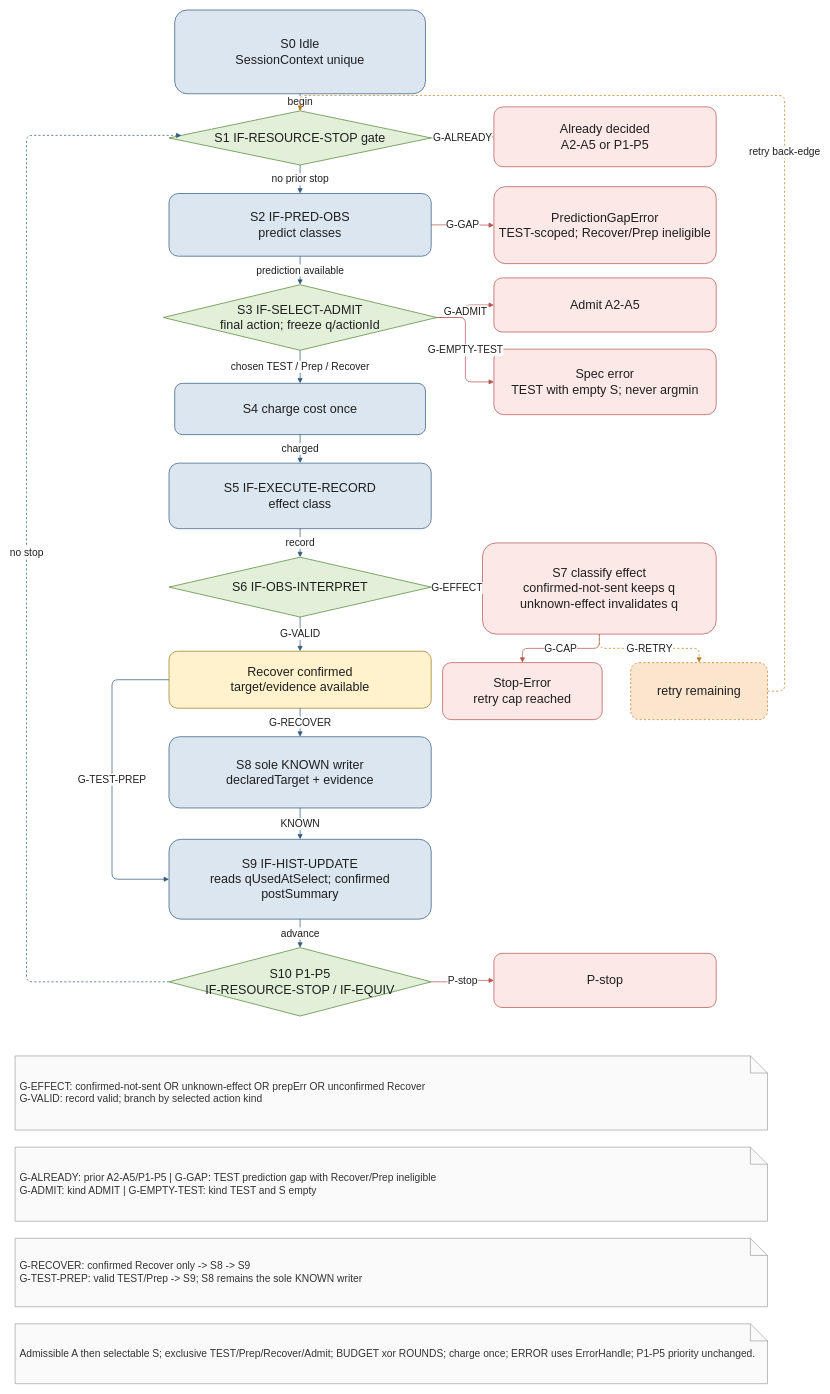
This is docs/research/publication/models/drawio/FIG-CL-TAV-05-closed-loop-activity.drawio from ZhangChi0727/arinc-615a-conformance, a draw.io file, before an edit. Source tidied: cells renumbered, new cells numbered last; positions are measured from the earlier drawing's top-left corner, leaving out a move shared by most shapes. Both pictures are drawn from the tidied source at 57%, with x=0, y=0 at pixel (15, 10).
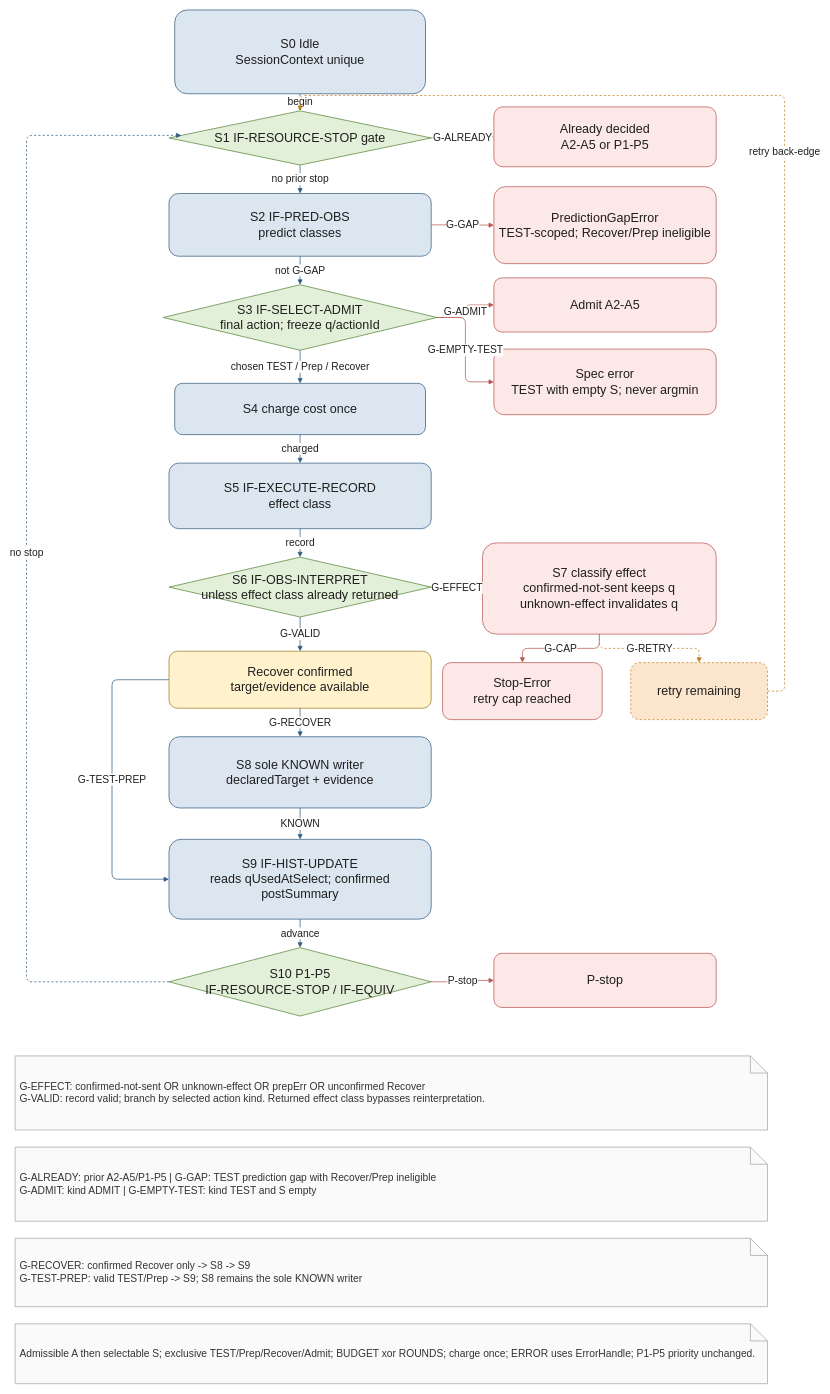
After the change.

The change refers to these unchanged cells:
```xml
<mxCell id="5" value="S2 IF-PRED-OBS&lt;br&gt;predict classes" style="rounded=1;whiteSpace=wrap;html=1;fillColor=#DCE6F1;strokeColor=#315A7D;strokeWidth=1.25;fontFamily=Helvetica;fontSize=22;fontColor=#1F1F1F;align=center;verticalAlign=middle;spacing=6;shadow=0;glass=0;gradientColor=none;" parent="1" vertex="1">
  <mxGeometry x="270" y="322" width="460" height="110" as="geometry" />
</mxCell>
<mxCell id="7" value="S3 IF-SELECT-ADMIT&lt;br&gt;final action; freeze q/actionId" style="rhombus;whiteSpace=wrap;html=1;fillColor=#E2F0D9;strokeColor=#548235;strokeWidth=1.25;fontFamily=Helvetica;fontSize=22;fontColor=#1F1F1F;align=center;verticalAlign=middle;spacing=6;shadow=0;glass=0;gradientColor=none;" parent="1" vertex="1">
  <mxGeometry x="260" y="482" width="480" height="115" as="geometry" />
</mxCell>
```

Diff of the diagram source:
```diff
@@
-    <mxCell id="12" value="S6 IF-OBS-INTERPRET" style="rhombus;whiteSpace=wrap;html=1;fillColor=#E2F0D9;strokeColor=#548235;strokeWidth=1.25;fontFamily=Helvetica;fontSize=22;fontColor=#1F1F1F;align=center;verticalAlign=middle;spacing=6;shadow=0;glass=0;gradientColor=none;" parent="1" vertex="1">
+    <mxCell id="12" value="S6 IF-OBS-INTERPRET&lt;br&gt;unless effect class already returned" style="rhombus;whiteSpace=wrap;html=1;fillColor=#E2F0D9;strokeColor=#548235;strokeWidth=1.25;fontFamily=Helvetica;fontSize=22;fontColor=#1F1F1F;align=center;verticalAlign=middle;spacing=6;shadow=0;glass=0;gradientColor=none;" parent="1" vertex="1">
       <mxGeometry x="270" y="960" width="460" height="105" as="geometry" />
     </mxCell>
@@
-    <mxCell id="21" value="G-EFFECT: confirmed-not-sent OR unknown-effect OR prepErr OR unconfirmed Recover&lt;br&gt;G-VALID: record valid; branch by selected action kind" style="shape=note;whiteSpace=wrap;html=1;fillColor=#FAFAFA;strokeColor=#8C8C8C;strokeWidth=1;fontFamily=Helvetica;fontSize=18;fontColor=#333333;align=left;verticalAlign=middle;spacing=8;shadow=0;glass=0;gradientColor=none;" parent="1" vertex="1">
+    <mxCell id="21" value="G-EFFECT: confirmed-not-sent OR unknown-effect OR prepErr OR unconfirmed Recover&lt;br&gt;G-VALID: record valid; branch by selected action kind. Returned effect class bypasses reinterpretation." style="shape=note;whiteSpace=wrap;html=1;fillColor=#FAFAFA;strokeColor=#8C8C8C;strokeWidth=1;fontFamily=Helvetica;fontSize=18;fontColor=#333333;align=left;verticalAlign=middle;spacing=8;shadow=0;glass=0;gradientColor=none;" parent="1" vertex="1">
       <mxGeometry y="1835" width="1320" height="130" as="geometry" />
     </mxCell>
@@
-    <mxCell id="23" value="G-RECOVER: confirmed Recover only -&gt; S8 -&gt; S9&lt;br&gt;G-TEST-PREP: valid TEST/Prep -&gt; S9; S8 remains the sole KNOWN writer" style="shape=note;whiteSpace=wrap;html=1;fillColor=#FAFAFA;strokeColor=#8C8C8C;strokeWidth=1;fontFamily=Helvetica;fontSize=18;fontColor=#333333;align=left;verticalAlign=middle;spacing=8;shadow=0;glass=0;gradientColor=none;" parent="1" vertex="1">
+    <mxCell id="23" value="G-RECOVER: confirmed Recover only -&amp;gt; S8 -&amp;gt; S9&lt;br&gt;G-TEST-PREP: valid TEST/Prep -&amp;gt; S9; S8 remains the sole KNOWN writer" style="shape=note;whiteSpace=wrap;html=1;fillColor=#FAFAFA;strokeColor=#8C8C8C;strokeWidth=1;fontFamily=Helvetica;fontSize=18;fontColor=#333333;align=left;verticalAlign=middle;spacing=8;shadow=0;glass=0;gradientColor=none;" parent="1" vertex="1">
       <mxGeometry y="2155" width="1320" height="120" as="geometry" />
     </mxCell>
@@
-    <mxCell id="28" value="prediction available" style="edgeStyle=orthogonalEdgeStyle;rounded=1;jettySize=auto;html=1;strokeWidth=1.25;fontFamily=Helvetica;fontSize=18;fontColor=#1F1F1F;labelBackgroundColor=#FFFFFF;endArrow=block;strokeColor=#315A7D;" parent="1" edge="1" source="5" target="7">
+    <mxCell id="28" value="not G-GAP" style="edgeStyle=orthogonalEdgeStyle;rounded=1;jettySize=auto;html=1;strokeWidth=1.25;fontFamily=Helvetica;fontSize=18;fontColor=#1F1F1F;labelBackgroundColor=#FFFFFF;endArrow=block;strokeColor=#315A7D;" parent="1" edge="1" source="5" target="7">
       <mxGeometry relative="1" as="geometry" />
     </mxCell>
```
